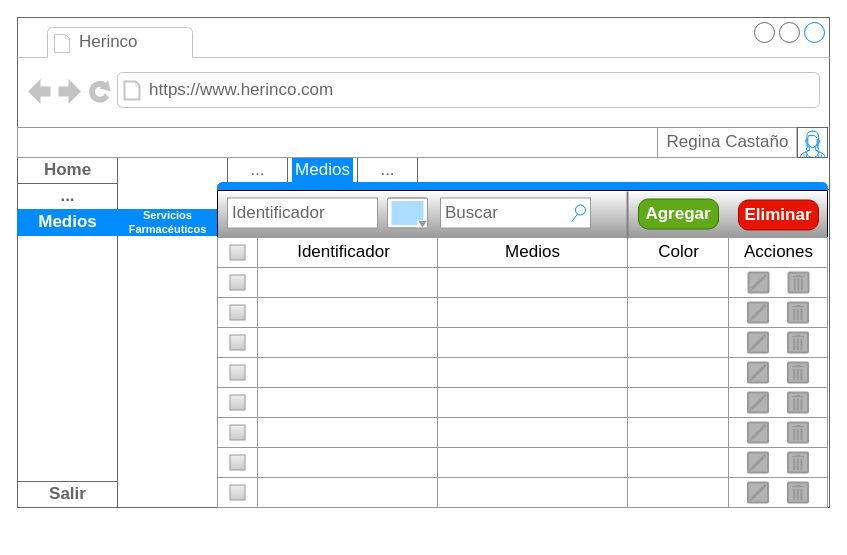
This is Untitled Diagram.drawio from 0scarTrujill0/MOCKUPS-MAESTRO-MEDIOS, a draw.io file, before an edit. Source tidied: cells renumbered, new cells numbered last; positions are measured from the earlier drawing's top-left corner, leaving out a move shared by most shapes. Both pictures are drawn from the tidied source at 100%, with x=0, y=0 at pixel (17, 17).
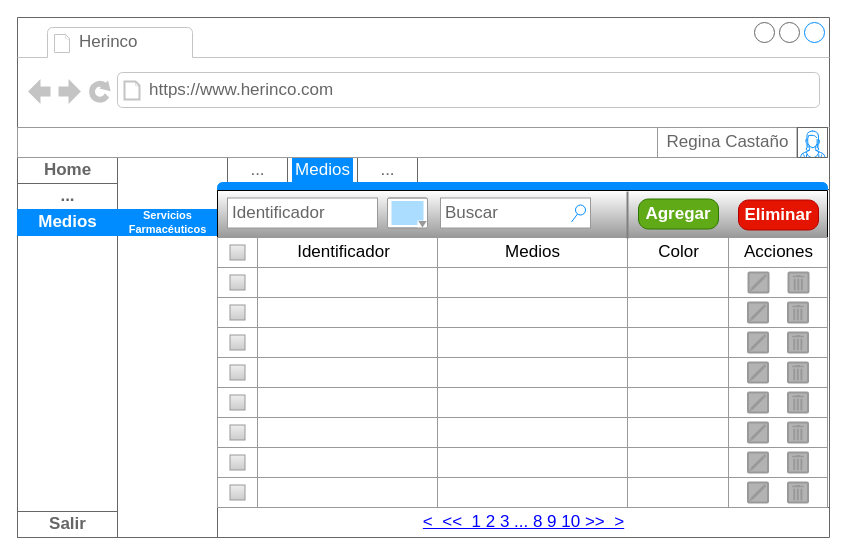
After the change.

Change to the diagram source:
```diff
@@
     <mxCell id="2" style="strokeWidth=1;shadow=0;dashed=0;align=center;html=1;shape=mxgraph.mockup.containers.browserWindow;rSize=0;strokeColor=#666666;strokeColor2=#008cff;strokeColor3=#c4c4c4;mainText=,;" parent="1" vertex="1">
-      <mxGeometry width="812" height="490" as="geometry" />
+      <mxGeometry width="812" height="520" as="geometry" />
     </mxCell>
@@
     <mxCell id="5" style="strokeWidth=1;shadow=0;dashed=0;align=center;html=1;shape=mxgraph.mockup.containers.rrect;rSize=0;strokeColor=#666666;" parent="2" vertex="1">
-      <mxGeometry y="140" width="100" height="350" as="geometry" />
+      <mxGeometry y="140" width="100" height="380" as="geometry" />
     </mxCell>
@@
     <mxCell id="10" style="strokeWidth=1;shadow=0;dashed=0;align=center;html=1;shape=mxgraph.mockup.containers.rrect;rSize=0;strokeColor=#666666;" parent="2" vertex="1">
-      <mxGeometry x="100" y="192" width="100" height="298" as="geometry" />
+      <mxGeometry x="100" y="192" width="100" height="328" as="geometry" />
     </mxCell>
@@
+    <mxCell id="128" value="&amp;lt;&amp;nbsp; &amp;lt;&amp;lt;&amp;nbsp; 1 2 3 ... 8 9 10 &amp;gt;&amp;gt;&amp;nbsp; &amp;gt;" style="strokeWidth=1;shadow=0;dashed=0;align=center;html=1;shape=mxgraph.mockup.navigation.pagination;linkText=;fontSize=17;fontColor=#0000ff;fontStyle=4;labelBackgroundColor=none;fillColor=#B3B3B3;gradientColor=none;gradientDirection=south;" parent="2" vertex="1">
+      <mxGeometry x="331" y="490" width="350" height="30" as="geometry" />
+    </mxCell>
```
